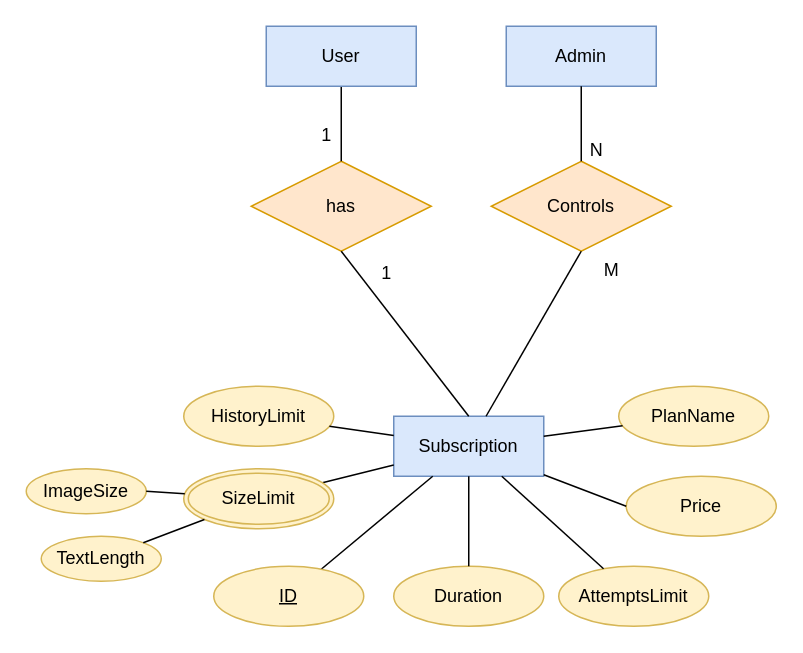
Before: page "Page-5" (5 of 5) of Tasks/Mohammed/FINAL ERD_lastEdit.drawio in romanyn36/Catch-The-AI, a draw.io diagram. Source tidied: cells renumbered, new cells numbered last; positions are measured from the earlier drawing's top-left corner, leaving out a move shared by most shapes. Both pictures are drawn from the tidied source at 150%, with x=0, y=0 at pixel (26, 26).
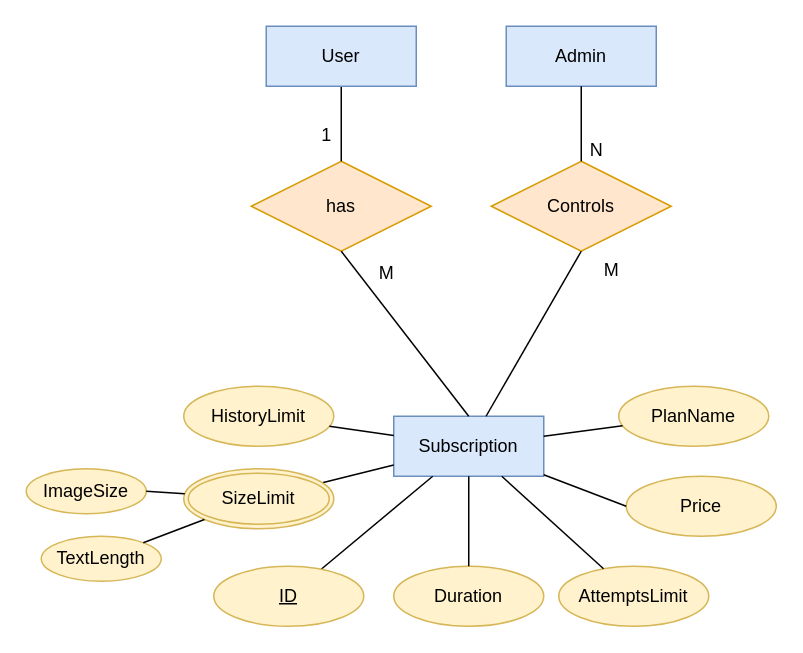
The same page after the edit.

Diff of the diagram source:
```diff
@@
-    <mxCell id="31" value="1" style="text;html=1;align=center;verticalAlign=middle;strokeColor=none;fillColor=none;" parent="1" vertex="1">
+    <mxCell id="31" value="M" style="text;html=1;align=center;verticalAlign=middle;strokeColor=none;fillColor=none;" parent="1" vertex="1">
       <mxGeometry x="225" y="150" width="30" height="30" as="geometry" />
     </mxCell>
```
